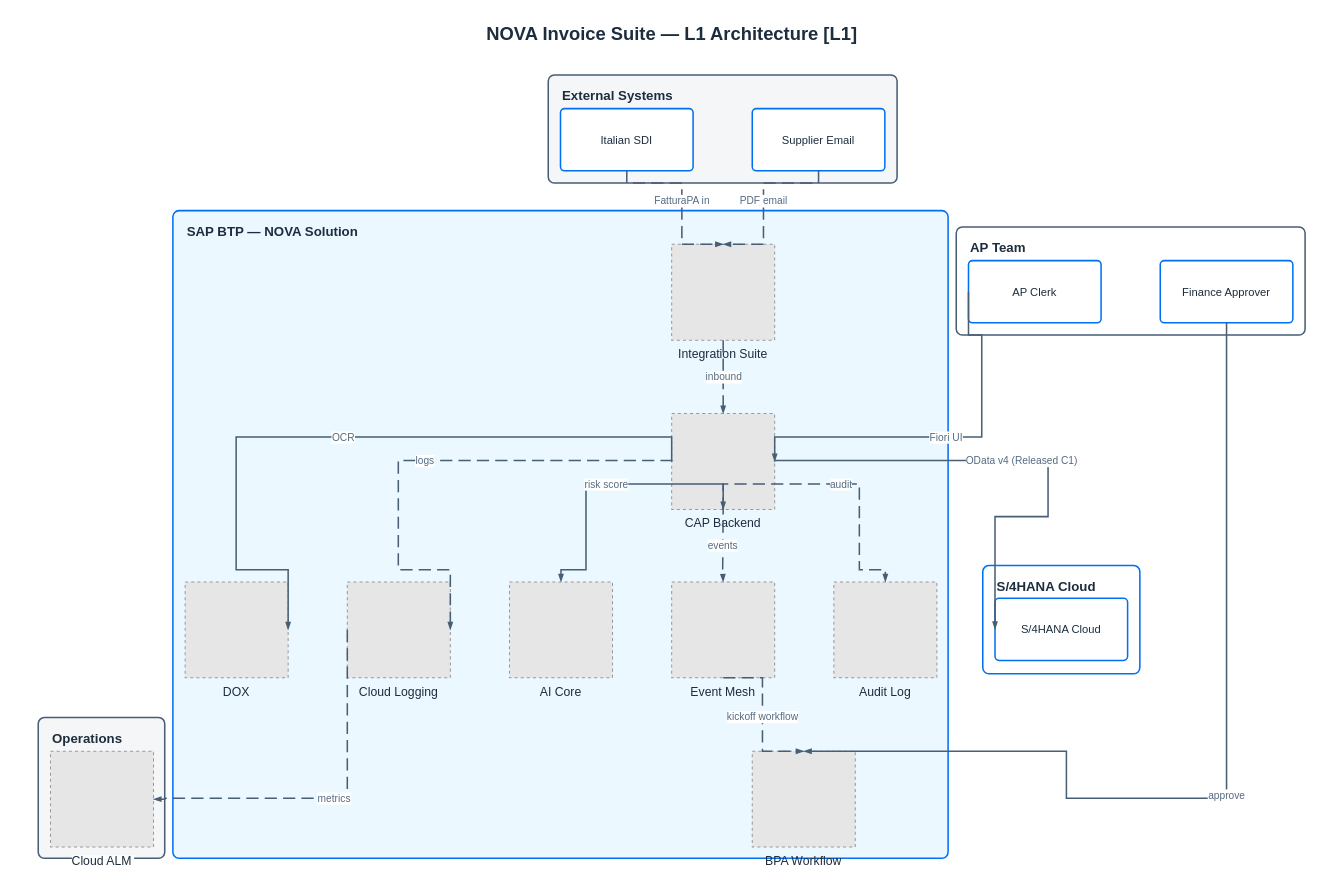
The draw.io diagram skills/sap-diagram-generate/templates/L1-base.drawio in Raistlin82/sap-diagrams-pro, before the edit. Source tidied: cells renumbered, new cells numbered last; positions are measured from the earlier drawing's top-left corner, leaving out a move shared by most shapes. Both pictures are drawn from the tidied source at 102%, with x=0, y=0 at pixel (17, 17). Pictures stored in the file or linked from it are replaced by grey dashed boxes.
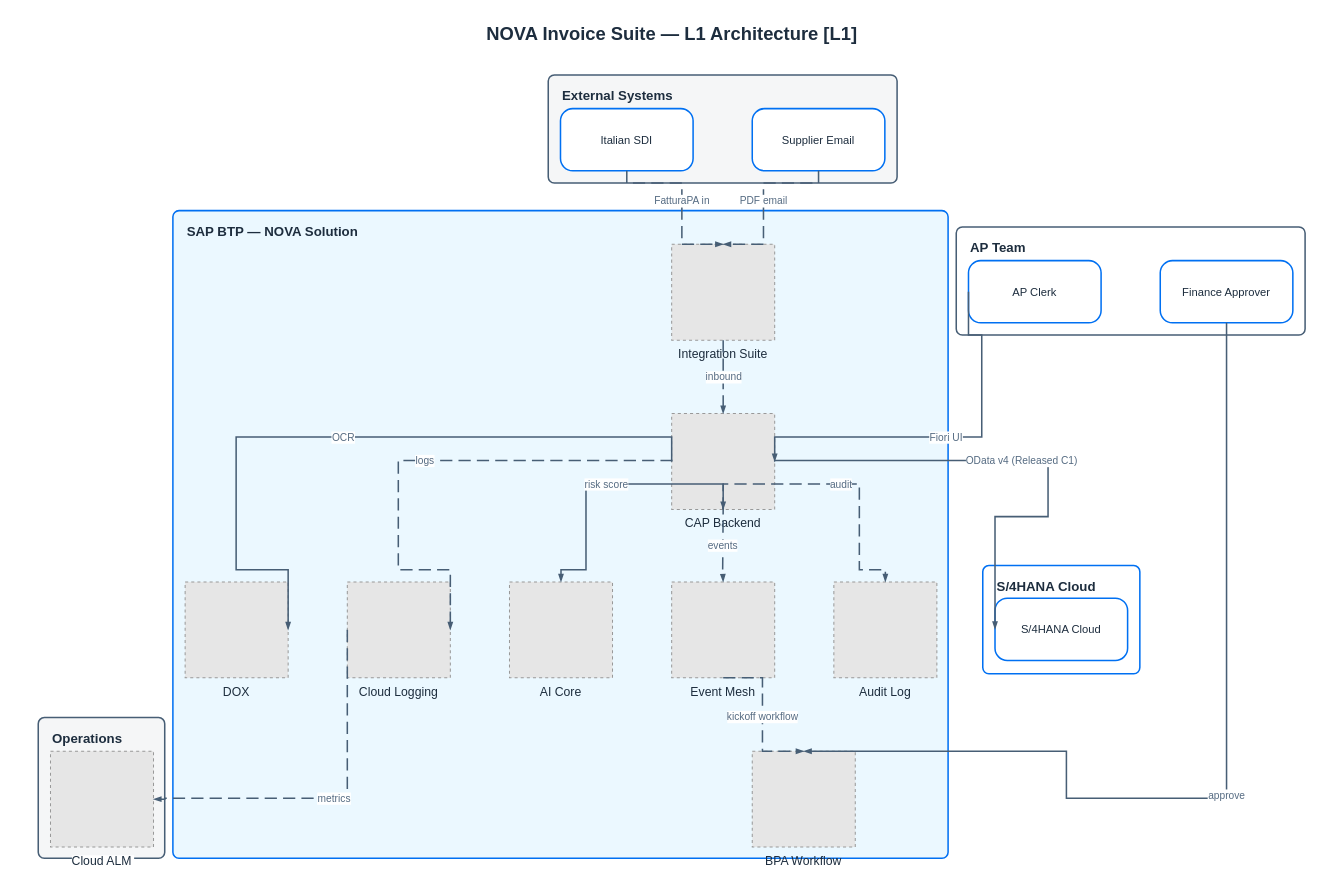
The same diagram, later.

Unchanged cells that the change refers to:
```xml
<mxCell id="3" value="AP Team" style="rounded=1;whiteSpace=wrap;html=1;strokeColor=#475E75;fillColor=#FFFFFF;arcSize=12;absoluteArcSize=1;strokeWidth=1.5;verticalAlign=top;align=left;fontColor=#1D2D3E;fontStyle=1;fontSize=13;spacingLeft=12;spacingTop=6;" parent="1" vertex="1">
  <mxGeometry x="920" y="205" width="342" height="106" as="geometry" />
</mxCell>
<mxCell id="4" value="External Systems" style="rounded=1;whiteSpace=wrap;html=1;strokeColor=#475E75;fillColor=#F5F6F7;arcSize=12;absoluteArcSize=1;strokeWidth=1.5;verticalAlign=top;align=left;fontColor=#1D2D3E;fontStyle=1;fontSize=13;spacingLeft=12;spacingTop=6;" parent="1" vertex="1">
  <mxGeometry x="520" y="56" width="342" height="106" as="geometry" />
</mxCell>
<mxCell id="6" value="S/4HANA Cloud" style="rounded=1;whiteSpace=wrap;html=1;strokeColor=#0070F2;fillColor=#FFFFFF;arcSize=12;absoluteArcSize=1;strokeWidth=1.5;verticalAlign=top;align=left;fontColor=#1D2D3E;fontStyle=1;fontSize=13;spacingLeft=12;spacingTop=6;" parent="1" vertex="1">
  <mxGeometry x="946" y="537" width="154" height="106" as="geometry" />
</mxCell>
```

Change to the diagram source:
```diff
@@
-    <mxCell id="8" value="AP Clerk" style="rounded=1;whiteSpace=wrap;html=1;strokeColor=#0070F2;fillColor=#FFFFFF;arcSize=8;absoluteArcSize=1;strokeWidth=1.5;fontColor=#1D2D3E;fontSize=11;align=center;verticalAlign=middle;" parent="3" vertex="1">
+    <mxCell id="8" value="AP Clerk" style="rounded=1;whiteSpace=wrap;html=1;strokeColor=#0070F2;fillColor=#FFFFFF;arcSize=24;absoluteArcSize=1;strokeWidth=1.5;fontColor=#1D2D3E;fontSize=11;align=center;verticalAlign=middle;" parent="3" vertex="1">
       <mxGeometry x="12" y="33" width="130" height="61" as="geometry" />
     </mxCell>
-    <mxCell id="9" value="Finance Approver" style="rounded=1;whiteSpace=wrap;html=1;strokeColor=#0070F2;fillColor=#FFFFFF;arcSize=8;absoluteArcSize=1;strokeWidth=1.5;fontColor=#1D2D3E;fontSize=11;align=center;verticalAlign=middle;" parent="3" vertex="1">
+    <mxCell id="9" value="Finance Approver" style="rounded=1;whiteSpace=wrap;html=1;strokeColor=#0070F2;fillColor=#FFFFFF;arcSize=24;absoluteArcSize=1;strokeWidth=1.5;fontColor=#1D2D3E;fontSize=11;align=center;verticalAlign=middle;" parent="3" vertex="1">
       <mxGeometry x="200" y="33" width="130" height="61" as="geometry" />
     </mxCell>
-    <mxCell id="10" value="Italian SDI" style="rounded=1;whiteSpace=wrap;html=1;strokeColor=#0070F2;fillColor=#FFFFFF;arcSize=8;absoluteArcSize=1;strokeWidth=1.5;fontColor=#1D2D3E;fontSize=11;align=center;verticalAlign=middle;" parent="4" vertex="1">
+    <mxCell id="10" value="Italian SDI" style="rounded=1;whiteSpace=wrap;html=1;strokeColor=#0070F2;fillColor=#FFFFFF;arcSize=24;absoluteArcSize=1;strokeWidth=1.5;fontColor=#1D2D3E;fontSize=11;align=center;verticalAlign=middle;" parent="4" vertex="1">
       <mxGeometry x="12" y="33" width="130" height="61" as="geometry" />
     </mxCell>
-    <mxCell id="11" value="Supplier Email" style="rounded=1;whiteSpace=wrap;html=1;strokeColor=#0070F2;fillColor=#FFFFFF;arcSize=8;absoluteArcSize=1;strokeWidth=1.5;fontColor=#1D2D3E;fontSize=11;align=center;verticalAlign=middle;" parent="4" vertex="1">
+    <mxCell id="11" value="Supplier Email" style="rounded=1;whiteSpace=wrap;html=1;strokeColor=#0070F2;fillColor=#FFFFFF;arcSize=24;absoluteArcSize=1;strokeWidth=1.5;fontColor=#1D2D3E;fontSize=11;align=center;verticalAlign=middle;" parent="4" vertex="1">
       <mxGeometry x="200" y="33" width="130" height="61" as="geometry" />
     </mxCell>
@@
-    <mxCell id="20" value="S/4HANA Cloud" style="rounded=1;whiteSpace=wrap;html=1;strokeColor=#0070F2;fillColor=#FFFFFF;arcSize=8;absoluteArcSize=1;strokeWidth=1.5;fontColor=#1D2D3E;fontSize=11;align=center;verticalAlign=middle;" parent="6" vertex="1">
+    <mxCell id="20" value="S/4HANA Cloud" style="rounded=1;whiteSpace=wrap;html=1;strokeColor=#0070F2;fillColor=#FFFFFF;arcSize=24;absoluteArcSize=1;strokeWidth=1.5;fontColor=#1D2D3E;fontSize=11;align=center;verticalAlign=middle;" parent="6" vertex="1">
       <mxGeometry x="12" y="32" width="130" height="61" as="geometry" />
     </mxCell>
```
